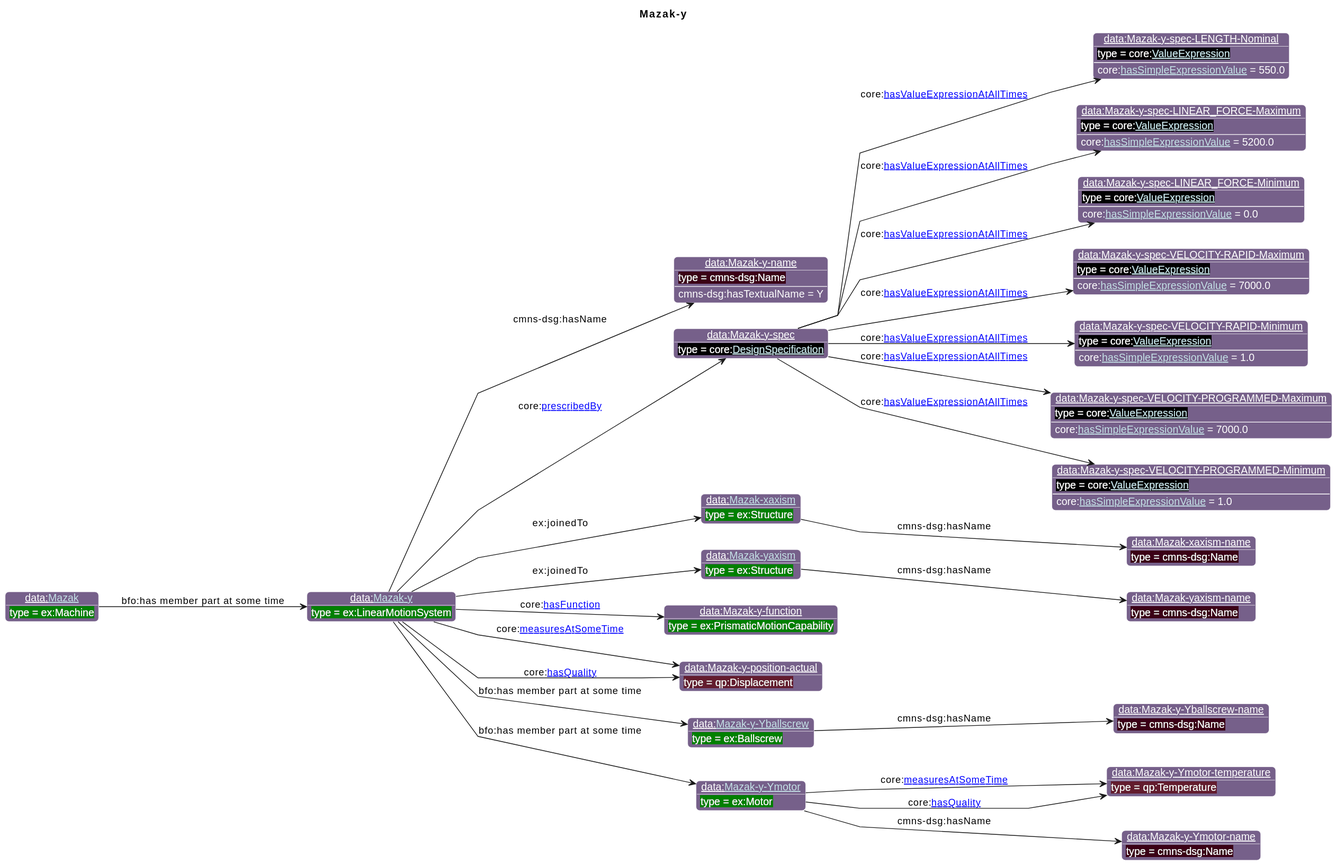
This is diagrams/Mazak-y.svg from iofoundry/example-syseng-mtconnect, a PlantUML export, as it was before one commit.
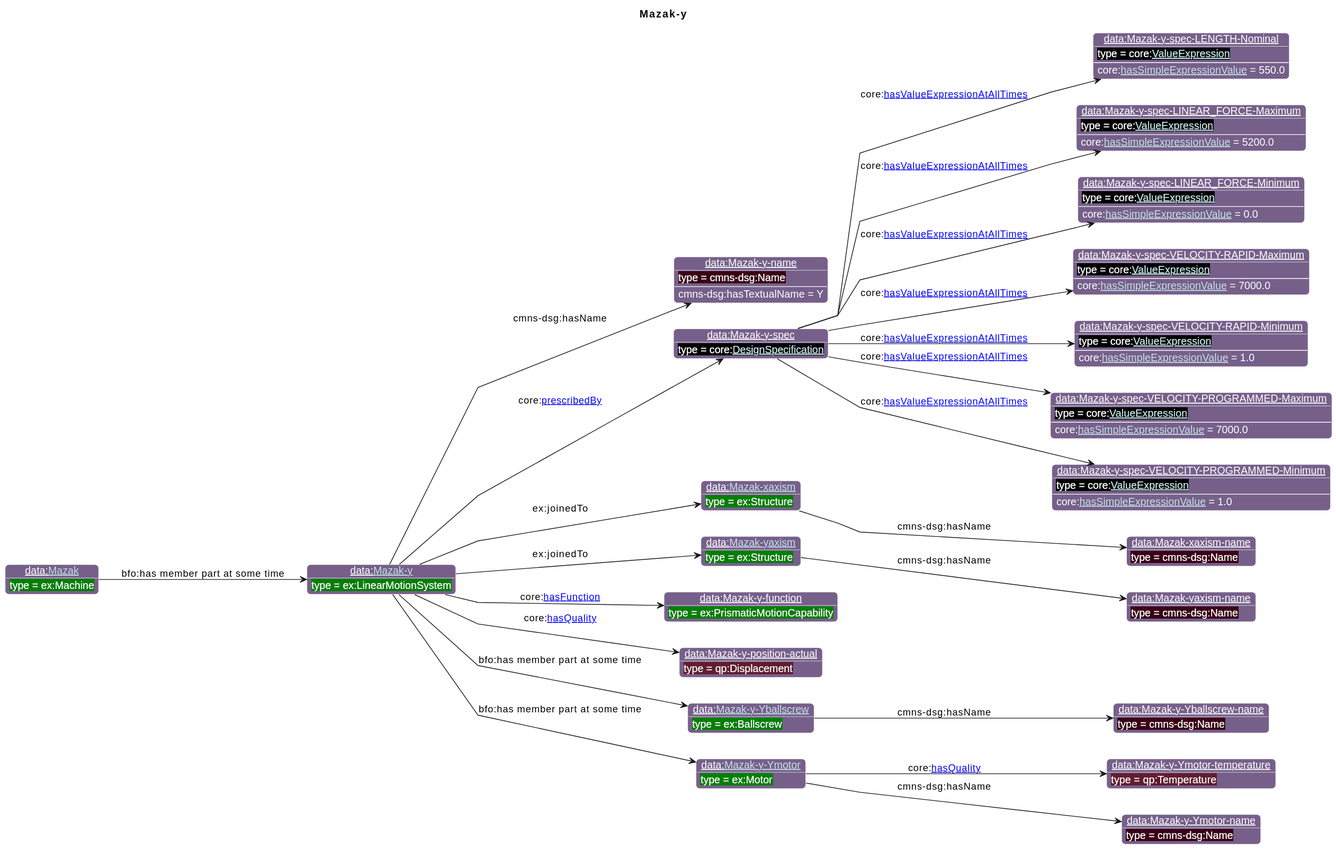
After the change.

Change to the diagram source:
```diff
@@ -63,12 +63,10 @@
 property(o1, ex:joinedTo, o13)
 property(o13, cmns-dsg:hasName, o14)
 property(o1, core:[[https://spec.industrialontologies.org/ontology/core/Core/hasFunction hasFunction]], o15)
-property(o1, core:[[https://spec.industrialontologies.org/ontology/core/Core/measuresAtSomeTime measuresAtSomeTime]], o16)
 property(o1, core:[[https://spec.industrialontologies.org/ontology/core/Core/hasQuality hasQuality]], o16)
 property(o1, "bfo:has member part at some time", o17)
 property(o17, cmns-dsg:hasName, o18)
 property(o1, "bfo:has member part at some time", o19)
-property(o19, core:[[https://spec.industrialontologies.org/ontology/core/Core/measuresAtSomeTime measuresAtSomeTime]], o20)
 property(o19, core:[[https://spec.industrialontologies.org/ontology/core/Core/hasQuality hasQuality]], o20)
 property(o19, cmns-dsg:hasName, o21)
 property(o22, "bfo:has member part at some time", o1)
```
